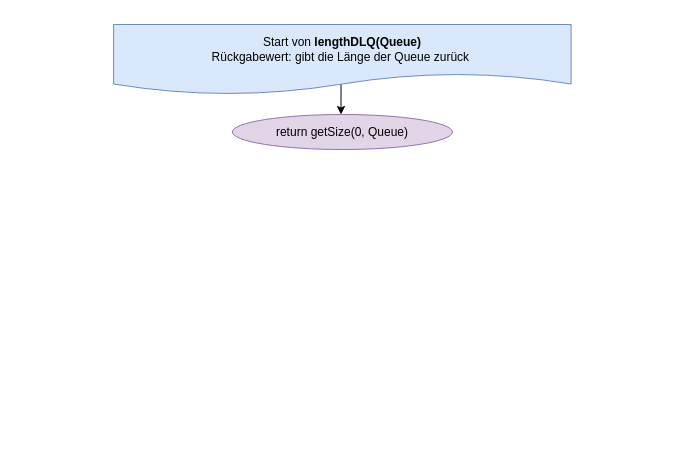
Earlier version of the draw.io diagram Grafiken:Bilder/draw.io/DLQ/7. lengthDLQ.drawio (krisschaaf/Hausarbeit_Erlang_Queues). Source tidied: cells renumbered, new cells numbered last; positions are measured from the earlier drawing's top-left corner, leaving out a move shared by most shapes. Both pictures are drawn from the tidied source at 100%, with x=0, y=0 at pixel (113, 24).
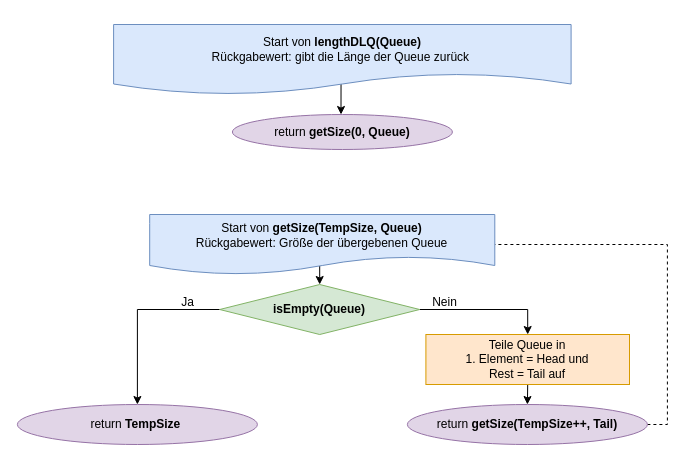
Above is the later version.

Change to the diagram source:
```diff
@@
 <mxGraphModel>
   <root>
     <mxCell id="0" />
     <mxCell id="1" parent="0" />
     <mxCell id="2" style="edgeStyle=orthogonalEdgeStyle;rounded=0;jettySize=auto;html=1;exitX=0.5;exitY=0;exitDx=0;exitDy=0;" parent="1" edge="1" source="3">
       <mxGeometry relative="1" as="geometry">
         <mxPoint x="227.5" y="90" as="targetPoint" />
         <Array as="points">
           <mxPoint x="227.6" y="10" />
           <mxPoint x="227.6" y="10" />
         </Array>
       </mxGeometry>
     </mxCell>
     <mxCell id="3" value="Start von &lt;b&gt;lengthDLQ(Queue)&lt;/b&gt;&lt;br&gt;Rückgabewert: gibt die Länge der Queue zurück&amp;nbsp;" style="shape=document;whiteSpace=wrap;html=1;boundedLbl=1;fillColor=#dae8fc;strokeColor=#6c8ebf;" parent="1" vertex="1">
       <mxGeometry x="0.1" width="457.5" height="70" as="geometry" />
     </mxCell>
-    <mxCell id="4" value="return getSize(0, Queue)" style="ellipse;whiteSpace=wrap;html=1;rounded=0;fillColor=#e1d5e7;strokeColor=#9673a6;" parent="1" vertex="1">
+    <mxCell id="4" value="return &lt;b&gt;getSize(0, Queue)&lt;/b&gt;" style="ellipse;whiteSpace=wrap;html=1;rounded=0;fillColor=#e1d5e7;strokeColor=#9673a6;" parent="1" vertex="1">
       <mxGeometry x="118.9" y="90" width="220" height="35" as="geometry" />
     </mxCell>
+    <mxCell id="5" style="edgeStyle=orthogonalEdgeStyle;rounded=0;jettySize=auto;html=1;exitX=0.5;exitY=1;exitDx=0;exitDy=0;entryX=0.5;entryY=0;entryDx=0;entryDy=0;" parent="1" edge="1" target="8">
+      <mxGeometry relative="1" as="geometry">
+        <mxPoint x="204.7" y="240" as="sourcePoint" />
+      </mxGeometry>
+    </mxCell>
+    <mxCell id="6" style="edgeStyle=orthogonalEdgeStyle;rounded=0;jettySize=auto;html=1;exitX=1;exitY=0.5;exitDx=0;exitDy=0;entryX=0.5;entryY=0;entryDx=0;entryDy=0;" parent="1" edge="1" source="8" target="11">
+      <mxGeometry relative="1" as="geometry" />
+    </mxCell>
+    <mxCell id="7" style="edgeStyle=orthogonalEdgeStyle;rounded=0;jettySize=auto;html=1;exitX=0;exitY=0.5;exitDx=0;exitDy=0;entryX=0.5;entryY=0;entryDx=0;entryDy=0;" parent="1" edge="1" source="8" target="9">
+      <mxGeometry relative="1" as="geometry" />
+    </mxCell>
+    <mxCell id="8" value="isEmpty(Queue)" style="rhombus;whiteSpace=wrap;html=1;rounded=0;fillColor=#d5e8d4;strokeColor=#82b366;fontStyle=1;" parent="1" vertex="1">
+      <mxGeometry x="106.2" y="260" width="200" height="50" as="geometry" />
+    </mxCell>
+    <mxCell id="9" value="return &lt;b&gt;TempSize&amp;nbsp;&lt;/b&gt;" style="ellipse;whiteSpace=wrap;html=1;rounded=0;fillColor=#e1d5e7;strokeColor=#9673a6;" parent="1" vertex="1">
+      <mxGeometry x="-96.1" y="380" width="240" height="40" as="geometry" />
+    </mxCell>
+    <mxCell id="10" style="edgeStyle=orthogonalEdgeStyle;rounded=0;jettySize=auto;html=1;exitX=0.5;exitY=1;exitDx=0;exitDy=0;entryX=0.5;entryY=0;entryDx=0;entryDy=0;" parent="1" edge="1" source="11" target="13">
+      <mxGeometry relative="1" as="geometry" />
+    </mxCell>
+    <mxCell id="11" value="Teile Queue in&lt;br&gt;1. Element = Head und&lt;br&gt;Rest = Tail auf" style="rounded=0;whiteSpace=wrap;html=1;fillColor=#ffe6cc;strokeColor=#d79b00;" parent="1" vertex="1">
+      <mxGeometry x="312.4" y="310" width="203.6" height="50" as="geometry" />
+    </mxCell>
+    <mxCell id="12" style="edgeStyle=orthogonalEdgeStyle;rounded=0;jettySize=auto;html=1;exitX=1;exitY=0.5;exitDx=0;exitDy=0;entryX=1;entryY=0.5;entryDx=0;entryDy=0;dashed=1;endArrow=none;endFill=0;" parent="1" edge="1" source="13" target="16">
+      <mxGeometry relative="1" as="geometry" />
+    </mxCell>
+    <mxCell id="13" value="return &lt;b&gt;getSize(TempSize++, Tail)&lt;/b&gt;" style="ellipse;whiteSpace=wrap;html=1;rounded=0;fillColor=#e1d5e7;strokeColor=#9673a6;" parent="1" vertex="1">
+      <mxGeometry x="293.9" y="380" width="240" height="40" as="geometry" />
+    </mxCell>
+    <mxCell id="14" value="Nein" style="text;html=1;align=center;verticalAlign=middle;strokeColor=none;fillColor=none;" parent="1" vertex="1">
+      <mxGeometry x="311.2" y="268" width="40" height="20" as="geometry" />
+    </mxCell>
+    <mxCell id="15" value="Ja" style="text;html=1;align=center;verticalAlign=middle;strokeColor=none;fillColor=none;" parent="1" vertex="1">
+      <mxGeometry x="59" y="268" width="30" height="20" as="geometry" />
+    </mxCell>
+    <mxCell id="16" value="Start von &lt;b&gt;getSize(TempSize, Queue)&lt;/b&gt;&lt;br&gt;Rückgabewert: Größe der übergebenen Queue" style="shape=document;whiteSpace=wrap;html=1;boundedLbl=1;fillColor=#dae8fc;strokeColor=#6c8ebf;" parent="1" vertex="1">
+      <mxGeometry x="36.2" y="190" width="345.1" height="60" as="geometry" />
+    </mxCell>
   </root>
 </mxGraphModel>
```
